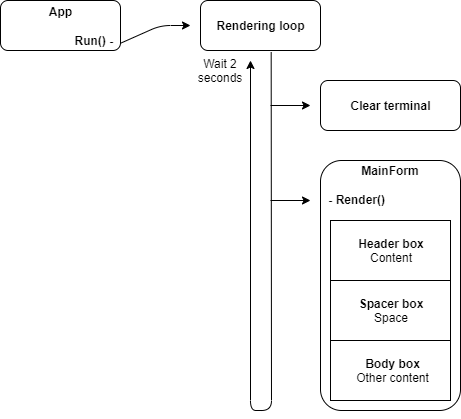
This is assets/images/diagrams/rendering-loop.png from permasoft-factory/termifier, a draw.io export, as it was before one commit. Source tidied: cells renumbered, new cells last; positions are measured from the earlier drawing's top-left corner, leaving out a move shared by most shapes. Source of this version:
```xml
<mxGraphModel>
  <root>
    <mxCell id="0" />
    <mxCell id="1" parent="0" />
    <mxCell id="2" value="&lt;b&gt;MainForm&lt;br&gt;&lt;br&gt;&amp;nbsp;- Render()&amp;nbsp; &amp;nbsp; &amp;nbsp; &amp;nbsp; &amp;nbsp; &amp;nbsp; &amp;nbsp; &amp;nbsp; &amp;nbsp; &amp;nbsp; &amp;nbsp; &amp;nbsp;&amp;nbsp;&lt;br&gt;&lt;br&gt;&lt;br&gt;&lt;br&gt;&lt;br&gt;&lt;br&gt;&lt;br&gt;&lt;br&gt;&lt;br&gt;&lt;br&gt;&lt;br&gt;&lt;br&gt;&lt;br&gt;&lt;br&gt;&lt;/b&gt;" style="rounded=1;whiteSpace=wrap;html=1;fillOpacity=100;" parent="1" vertex="1">
      <mxGeometry x="320" y="160" width="140" height="250" as="geometry" />
    </mxCell>
    <mxCell id="3" style="rounded=0;whiteSpace=wrap;html=1;" parent="1" vertex="1">
      <mxGeometry x="330" y="220" width="120" height="60" as="geometry" />
    </mxCell>
    <mxCell id="4" style="rounded=0;whiteSpace=wrap;html=1;" parent="1" vertex="1">
      <mxGeometry x="330" y="280" width="120" height="60" as="geometry" />
    </mxCell>
    <mxCell id="5" style="rounded=0;whiteSpace=wrap;html=1;" parent="1" vertex="1">
      <mxGeometry x="330" y="340" width="120" height="60" as="geometry" />
    </mxCell>
    <mxCell id="6" value="&lt;b&gt;Header box&lt;/b&gt;&lt;br&gt;Content" style="text;html=1;strokeColor=none;fillColor=none;align=center;verticalAlign=middle;whiteSpace=wrap;rounded=0;" parent="1" vertex="1">
      <mxGeometry x="355" y="240" width="70" height="20" as="geometry" />
    </mxCell>
    <mxCell id="7" value="&lt;b&gt;Spacer box&lt;/b&gt;&lt;br&gt;Space" style="text;html=1;strokeColor=none;fillColor=none;align=center;verticalAlign=middle;whiteSpace=wrap;rounded=0;" parent="1" vertex="1">
      <mxGeometry x="355" y="300" width="70" height="20" as="geometry" />
    </mxCell>
    <mxCell id="8" value="&lt;b&gt;Body box&lt;/b&gt;&lt;br&gt;Other content" style="text;html=1;strokeColor=none;fillColor=none;align=center;verticalAlign=middle;whiteSpace=wrap;rounded=0;" parent="1" vertex="1">
      <mxGeometry x="355" y="360" width="75" height="20" as="geometry" />
    </mxCell>
    <mxCell id="9" value="&lt;b&gt;App&lt;br&gt;&lt;br&gt;&amp;nbsp; &amp;nbsp; &amp;nbsp; &amp;nbsp; &amp;nbsp; &amp;nbsp; &amp;nbsp; &amp;nbsp; &amp;nbsp; &amp;nbsp; &amp;nbsp;Run() -&amp;nbsp;&lt;br&gt;&lt;/b&gt;" style="rounded=1;whiteSpace=wrap;html=1;fillOpacity=100;" parent="1" vertex="1">
      <mxGeometry width="120" height="50" as="geometry" />
    </mxCell>
    <mxCell id="10" style="rounded=1;whiteSpace=wrap;html=1;" parent="1" vertex="1">
      <mxGeometry x="200" width="120" height="50" as="geometry" />
    </mxCell>
    <mxCell id="11" style="endArrow=classic;html=1;exitX=0.589;exitY=1.033;exitDx=0;exitDy=0;exitPerimeter=0;" parent="1" edge="1" source="10">
      <mxGeometry relative="1" as="geometry">
        <mxPoint x="250" y="60" as="targetPoint" />
        <Array as="points">
          <mxPoint x="271" y="410" />
          <mxPoint x="250" y="410" />
        </Array>
      </mxGeometry>
    </mxCell>
    <mxCell id="12" style="endArrow=classic;html=1;" parent="1" edge="1">
      <mxGeometry relative="1" as="geometry">
        <mxPoint x="270" y="105" as="sourcePoint" />
        <mxPoint x="310" y="105" as="targetPoint" />
      </mxGeometry>
    </mxCell>
    <mxCell id="13" value="&lt;b&gt;Rendering loop&lt;/b&gt;" style="text;html=1;strokeColor=none;fillColor=none;align=center;verticalAlign=middle;whiteSpace=wrap;rounded=0;" parent="1" vertex="1">
      <mxGeometry x="211" y="15" width="98" height="20" as="geometry" />
    </mxCell>
    <mxCell id="14" style="rounded=1;whiteSpace=wrap;html=1;" parent="1" vertex="1">
      <mxGeometry x="320" y="80" width="140" height="50" as="geometry" />
    </mxCell>
    <mxCell id="15" value="&lt;b&gt;Clear terminal&lt;/b&gt;" style="text;html=1;strokeColor=none;fillColor=none;align=center;verticalAlign=middle;whiteSpace=wrap;rounded=0;" parent="1" vertex="1">
      <mxGeometry x="345.5" y="95" width="89" height="20" as="geometry" />
    </mxCell>
    <mxCell id="16" style="endArrow=classic;html=1;" parent="1" edge="1">
      <mxGeometry relative="1" as="geometry">
        <mxPoint x="270" y="200" as="sourcePoint" />
        <mxPoint x="310" y="200" as="targetPoint" />
      </mxGeometry>
    </mxCell>
    <mxCell id="17" style="endArrow=classic;html=1;exitX=1.005;exitY=0.85;exitDx=0;exitDy=0;exitPerimeter=0;" parent="1" edge="1" source="9">
      <mxGeometry relative="1" as="geometry">
        <mxPoint x="190" y="25" as="targetPoint" />
        <Array as="points">
          <mxPoint x="160" y="25" />
        </Array>
      </mxGeometry>
    </mxCell>
    <mxCell id="18" value="Wait 2 seconds" style="text;html=1;strokeColor=none;fillColor=none;align=center;verticalAlign=middle;whiteSpace=wrap;rounded=0;" parent="1" vertex="1">
      <mxGeometry x="200" y="60" width="40" height="20" as="geometry" />
    </mxCell>
  </root>
</mxGraphModel>
```
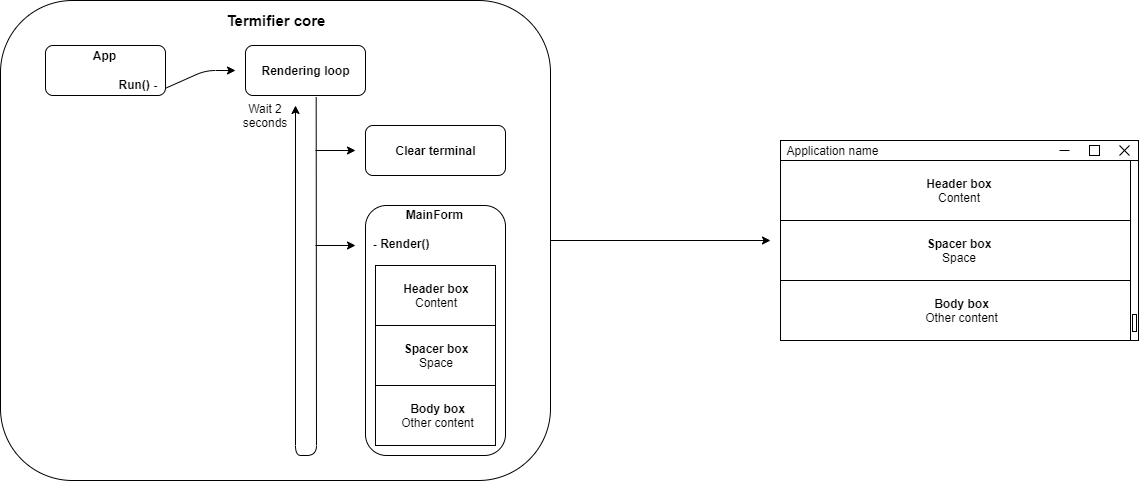
After the change.

Diff of the diagram source:
```diff
@@ -2,73 +2,138 @@
   <root>
     <mxCell id="0" />
     <mxCell id="1" parent="0" />
+    <mxCell id="19" style="rounded=1;whiteSpace=wrap;html=1;" parent="1" vertex="1">
+      <mxGeometry x="-45" y="-45" width="550" height="480" as="geometry" />
+    </mxCell>
     <mxCell id="2" value="&lt;b&gt;MainForm&lt;br&gt;&lt;br&gt;&amp;nbsp;- Render()&amp;nbsp; &amp;nbsp; &amp;nbsp; &amp;nbsp; &amp;nbsp; &amp;nbsp; &amp;nbsp; &amp;nbsp; &amp;nbsp; &amp;nbsp; &amp;nbsp; &amp;nbsp;&amp;nbsp;&lt;br&gt;&lt;br&gt;&lt;br&gt;&lt;br&gt;&lt;br&gt;&lt;br&gt;&lt;br&gt;&lt;br&gt;&lt;br&gt;&lt;br&gt;&lt;br&gt;&lt;br&gt;&lt;br&gt;&lt;br&gt;&lt;/b&gt;" style="rounded=1;whiteSpace=wrap;html=1;fillOpacity=100;" parent="1" vertex="1">
       <mxGeometry x="320" y="160" width="140" height="250" as="geometry" />
     </mxCell>
-    <mxCell id="3" style="rounded=0;whiteSpace=wrap;html=1;" parent="1" vertex="1">
-      <mxGeometry x="330" y="220" width="120" height="60" as="geometry" />
-    </mxCell>
-    <mxCell id="4" style="rounded=0;whiteSpace=wrap;html=1;" parent="1" vertex="1">
-      <mxGeometry x="330" y="280" width="120" height="60" as="geometry" />
-    </mxCell>
-    <mxCell id="5" style="rounded=0;whiteSpace=wrap;html=1;" parent="1" vertex="1">
-      <mxGeometry x="330" y="340" width="120" height="60" as="geometry" />
-    </mxCell>
-    <mxCell id="6" value="&lt;b&gt;Header box&lt;/b&gt;&lt;br&gt;Content" style="text;html=1;strokeColor=none;fillColor=none;align=center;verticalAlign=middle;whiteSpace=wrap;rounded=0;" parent="1" vertex="1">
-      <mxGeometry x="355" y="240" width="70" height="20" as="geometry" />
-    </mxCell>
-    <mxCell id="7" value="&lt;b&gt;Spacer box&lt;/b&gt;&lt;br&gt;Space" style="text;html=1;strokeColor=none;fillColor=none;align=center;verticalAlign=middle;whiteSpace=wrap;rounded=0;" parent="1" vertex="1">
-      <mxGeometry x="355" y="300" width="70" height="20" as="geometry" />
-    </mxCell>
-    <mxCell id="8" value="&lt;b&gt;Body box&lt;/b&gt;&lt;br&gt;Other content" style="text;html=1;strokeColor=none;fillColor=none;align=center;verticalAlign=middle;whiteSpace=wrap;rounded=0;" parent="1" vertex="1">
-      <mxGeometry x="355" y="360" width="75" height="20" as="geometry" />
-    </mxCell>
+    <mxCell id="20" style="rounded=0;whiteSpace=wrap;html=1;" parent="1" vertex="1">
+      <mxGeometry x="330" y="220" width="120" height="60" as="geometry" />
+    </mxCell>
+    <mxCell id="21" style="rounded=0;whiteSpace=wrap;html=1;" parent="1" vertex="1">
+      <mxGeometry x="330" y="280" width="120" height="60" as="geometry" />
+    </mxCell>
+    <mxCell id="22" style="rounded=0;whiteSpace=wrap;html=1;" parent="1" vertex="1">
+      <mxGeometry x="330" y="340" width="120" height="60" as="geometry" />
+    </mxCell>
+    <mxCell id="23" value="&lt;b&gt;Header box&lt;/b&gt;&lt;br&gt;Content" style="text;html=1;strokeColor=none;fillColor=none;align=center;verticalAlign=middle;whiteSpace=wrap;rounded=0;" parent="1" vertex="1">
+      <mxGeometry x="355" y="240" width="70" height="20" as="geometry" />
+    </mxCell>
+    <mxCell id="24" value="&lt;b&gt;Spacer box&lt;/b&gt;&lt;br&gt;Space" style="text;html=1;strokeColor=none;fillColor=none;align=center;verticalAlign=middle;whiteSpace=wrap;rounded=0;" parent="1" vertex="1">
+      <mxGeometry x="355" y="300" width="70" height="20" as="geometry" />
+    </mxCell>
+    <mxCell id="25" value="&lt;b&gt;Body box&lt;/b&gt;&lt;br&gt;Other content" style="text;html=1;strokeColor=none;fillColor=none;align=center;verticalAlign=middle;whiteSpace=wrap;rounded=0;" parent="1" vertex="1">
+      <mxGeometry x="355" y="360" width="75" height="20" as="geometry" />
+    </mxCell>
     <mxCell id="9" value="&lt;b&gt;App&lt;br&gt;&lt;br&gt;&amp;nbsp; &amp;nbsp; &amp;nbsp; &amp;nbsp; &amp;nbsp; &amp;nbsp; &amp;nbsp; &amp;nbsp; &amp;nbsp; &amp;nbsp; &amp;nbsp;Run() -&amp;nbsp;&lt;br&gt;&lt;/b&gt;" style="rounded=1;whiteSpace=wrap;html=1;fillOpacity=100;" parent="1" vertex="1">
       <mxGeometry width="120" height="50" as="geometry" />
     </mxCell>
-    <mxCell id="10" style="rounded=1;whiteSpace=wrap;html=1;" parent="1" vertex="1">
-      <mxGeometry x="200" width="120" height="50" as="geometry" />
-    </mxCell>
-    <mxCell id="11" style="endArrow=classic;html=1;exitX=0.589;exitY=1.033;exitDx=0;exitDy=0;exitPerimeter=0;" parent="1" edge="1" source="10">
-      <mxGeometry relative="1" as="geometry">
-        <mxPoint x="250" y="60" as="targetPoint" />
-        <Array as="points">
-          <mxPoint x="271" y="410" />
-          <mxPoint x="250" y="410" />
-        </Array>
-      </mxGeometry>
-    </mxCell>
-    <mxCell id="12" style="endArrow=classic;html=1;" parent="1" edge="1">
-      <mxGeometry relative="1" as="geometry">
-        <mxPoint x="270" y="105" as="sourcePoint" />
-        <mxPoint x="310" y="105" as="targetPoint" />
-      </mxGeometry>
-    </mxCell>
+    <mxCell id="26" style="rounded=1;whiteSpace=wrap;html=1;" parent="1" vertex="1">
+      <mxGeometry x="200" width="120" height="50" as="geometry" />
+    </mxCell>
+    <mxCell id="27" style="endArrow=classic;html=1;exitX=0.589;exitY=1.033;exitDx=0;exitDy=0;exitPerimeter=0;" parent="1" edge="1" source="26">
+      <mxGeometry relative="1" as="geometry">
+        <mxPoint x="250" y="60" as="targetPoint" />
+        <Array as="points">
+          <mxPoint x="271" y="410" />
+          <mxPoint x="250" y="410" />
+        </Array>
+      </mxGeometry>
+    </mxCell>
+    <mxCell id="28" style="endArrow=classic;html=1;" parent="1" edge="1">
+      <mxGeometry relative="1" as="geometry">
+        <mxPoint x="270" y="105" as="sourcePoint" />
+        <mxPoint x="310" y="105" as="targetPoint" />
+      </mxGeometry>
+    </mxCell>
     <mxCell id="13" value="&lt;b&gt;Rendering loop&lt;/b&gt;" style="text;html=1;strokeColor=none;fillColor=none;align=center;verticalAlign=middle;whiteSpace=wrap;rounded=0;" parent="1" vertex="1">
       <mxGeometry x="211" y="15" width="98" height="20" as="geometry" />
     </mxCell>
-    <mxCell id="14" style="rounded=1;whiteSpace=wrap;html=1;" parent="1" vertex="1">
-      <mxGeometry x="320" y="80" width="140" height="50" as="geometry" />
-    </mxCell>
+    <mxCell id="29" style="rounded=1;whiteSpace=wrap;html=1;" parent="1" vertex="1">
+      <mxGeometry x="320" y="80" width="140" height="50" as="geometry" />
+    </mxCell>
     <mxCell id="15" value="&lt;b&gt;Clear terminal&lt;/b&gt;" style="text;html=1;strokeColor=none;fillColor=none;align=center;verticalAlign=middle;whiteSpace=wrap;rounded=0;" parent="1" vertex="1">
       <mxGeometry x="345.5" y="95" width="89" height="20" as="geometry" />
     </mxCell>
-    <mxCell id="16" style="endArrow=classic;html=1;" parent="1" edge="1">
-      <mxGeometry relative="1" as="geometry">
-        <mxPoint x="270" y="200" as="sourcePoint" />
-        <mxPoint x="310" y="200" as="targetPoint" />
-      </mxGeometry>
-    </mxCell>
-    <mxCell id="17" style="endArrow=classic;html=1;exitX=1.005;exitY=0.85;exitDx=0;exitDy=0;exitPerimeter=0;" parent="1" edge="1" source="9">
-      <mxGeometry relative="1" as="geometry">
-        <mxPoint x="190" y="25" as="targetPoint" />
-        <Array as="points">
-          <mxPoint x="160" y="25" />
-        </Array>
-      </mxGeometry>
-    </mxCell>
+    <mxCell id="30" style="endArrow=classic;html=1;" parent="1" edge="1">
+      <mxGeometry relative="1" as="geometry">
+        <mxPoint x="270" y="200" as="sourcePoint" />
+        <mxPoint x="310" y="200" as="targetPoint" />
+      </mxGeometry>
+    </mxCell>
+    <mxCell id="31" style="endArrow=classic;html=1;exitX=1.005;exitY=0.85;exitDx=0;exitDy=0;exitPerimeter=0;" parent="1" edge="1" source="9">
+      <mxGeometry relative="1" as="geometry">
+        <mxPoint x="190" y="25" as="targetPoint" />
+        <Array as="points">
+          <mxPoint x="160" y="25" />
+        </Array>
+      </mxGeometry>
+    </mxCell>
     <mxCell id="18" value="Wait 2 seconds" style="text;html=1;strokeColor=none;fillColor=none;align=center;verticalAlign=middle;whiteSpace=wrap;rounded=0;" parent="1" vertex="1">
       <mxGeometry x="200" y="60" width="40" height="20" as="geometry" />
     </mxCell>
+    <mxCell id="32" value="&lt;font style=&quot;font-size: 15px&quot;&gt;&lt;b&gt;Termifier core&lt;/b&gt;&lt;/font&gt;" style="text;html=1;strokeColor=none;fillColor=none;align=center;verticalAlign=middle;whiteSpace=wrap;rounded=0;" parent="1" vertex="1">
+      <mxGeometry x="178.5" y="-35" width="103" height="20" as="geometry" />
+    </mxCell>
+    <mxCell id="33" style="rounded=0;whiteSpace=wrap;html=1;" parent="1" vertex="1">
+      <mxGeometry x="735" y="95" width="358" height="200" as="geometry" />
+    </mxCell>
+    <mxCell id="34" style="rounded=0;whiteSpace=wrap;html=1;" parent="1" vertex="1">
+      <mxGeometry x="735" y="95" width="358" height="20" as="geometry" />
+    </mxCell>
+    <mxCell id="35" value="Application name" style="text;html=1;strokeColor=none;fillColor=none;align=center;verticalAlign=middle;whiteSpace=wrap;rounded=0;" parent="1" vertex="1">
+      <mxGeometry x="735" y="95" width="104" height="20" as="geometry" />
+    </mxCell>
+    <mxCell id="36" style="endArrow=none;html=1;" parent="1" edge="1">
+      <mxGeometry relative="1" as="geometry">
+        <mxPoint x="1014" y="105" as="sourcePoint" />
+        <mxPoint x="1024" y="105" as="targetPoint" />
+      </mxGeometry>
+    </mxCell>
+    <mxCell id="37" style="rounded=0;whiteSpace=wrap;html=1;fillOpacity=0;" parent="1" vertex="1">
+      <mxGeometry x="1044" y="100" width="10" height="10" as="geometry" />
+    </mxCell>
+    <mxCell id="38" style="endArrow=none;html=1;" parent="1" edge="1">
+      <mxGeometry relative="1" as="geometry">
+        <mxPoint x="1084" y="110" as="sourcePoint" />
+        <mxPoint x="1074" y="100" as="targetPoint" />
+      </mxGeometry>
+    </mxCell>
+    <mxCell id="39" style="endArrow=none;html=1;" parent="1" edge="1">
+      <mxGeometry relative="1" as="geometry">
+        <mxPoint x="1074" y="110" as="sourcePoint" />
+        <mxPoint x="1084" y="100" as="targetPoint" />
+      </mxGeometry>
+    </mxCell>
+    <mxCell id="40" style="rounded=0;whiteSpace=wrap;html=1;" parent="1" vertex="1">
+      <mxGeometry x="1085" y="115" width="8" height="180" as="geometry" />
+    </mxCell>
+    <mxCell id="41" style="rounded=0;whiteSpace=wrap;html=1;" parent="1" vertex="1">
+      <mxGeometry x="1087" y="269" width="4" height="17" as="geometry" />
+    </mxCell>
+    <mxCell id="42" style="endArrow=classic;html=1;exitX=1;exitY=0.5;exitDx=0;exitDy=0;" parent="1" edge="1" source="19">
+      <mxGeometry relative="1" as="geometry">
+        <mxPoint x="725" y="195" as="targetPoint" />
+      </mxGeometry>
+    </mxCell>
+    <mxCell id="43" style="rounded=0;whiteSpace=wrap;html=1;" parent="1" vertex="1">
+      <mxGeometry x="735" y="115" width="350" height="60" as="geometry" />
+    </mxCell>
+    <mxCell id="44" style="rounded=0;whiteSpace=wrap;html=1;" parent="1" vertex="1">
+      <mxGeometry x="735" y="175" width="350" height="60" as="geometry" />
+    </mxCell>
+    <mxCell id="45" style="rounded=0;whiteSpace=wrap;html=1;" parent="1" vertex="1">
+      <mxGeometry x="735" y="235" width="350" height="60" as="geometry" />
+    </mxCell>
+    <mxCell id="46" value="&lt;b&gt;Header box&lt;/b&gt;&lt;br&gt;Content" style="text;html=1;strokeColor=none;fillColor=none;align=center;verticalAlign=middle;whiteSpace=wrap;rounded=0;" parent="1" vertex="1">
+      <mxGeometry x="878.9" y="135" width="70" height="20" as="geometry" />
+    </mxCell>
+    <mxCell id="47" value="&lt;b&gt;Spacer box&lt;/b&gt;&lt;br&gt;Space" style="text;html=1;strokeColor=none;fillColor=none;align=center;verticalAlign=middle;whiteSpace=wrap;rounded=0;" parent="1" vertex="1">
+      <mxGeometry x="878.9" y="195" width="70" height="20" as="geometry" />
+    </mxCell>
+    <mxCell id="48" value="&lt;b&gt;Body box&lt;/b&gt;&lt;br&gt;Other content" style="text;html=1;strokeColor=none;fillColor=none;align=center;verticalAlign=middle;whiteSpace=wrap;rounded=0;" parent="1" vertex="1">
+      <mxGeometry x="878.9" y="255" width="75" height="20" as="geometry" />
+    </mxCell>
   </root>
 </mxGraphModel>
```
